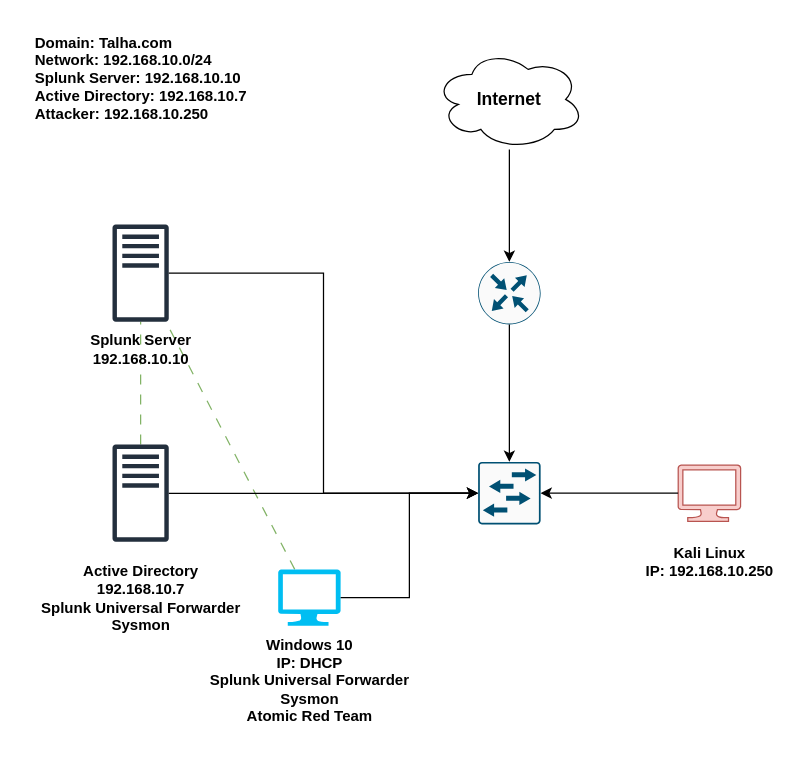
Before: Untitled Diagram.drawio in Talh45/Talh45, a draw.io diagram. Source tidied: cells renumbered, new cells numbered last; positions are measured from the earlier drawing's top-left corner, leaving out a move shared by most shapes. Both pictures are drawn from the tidied source at 125%, with x=0, y=0 at pixel (21, 21).
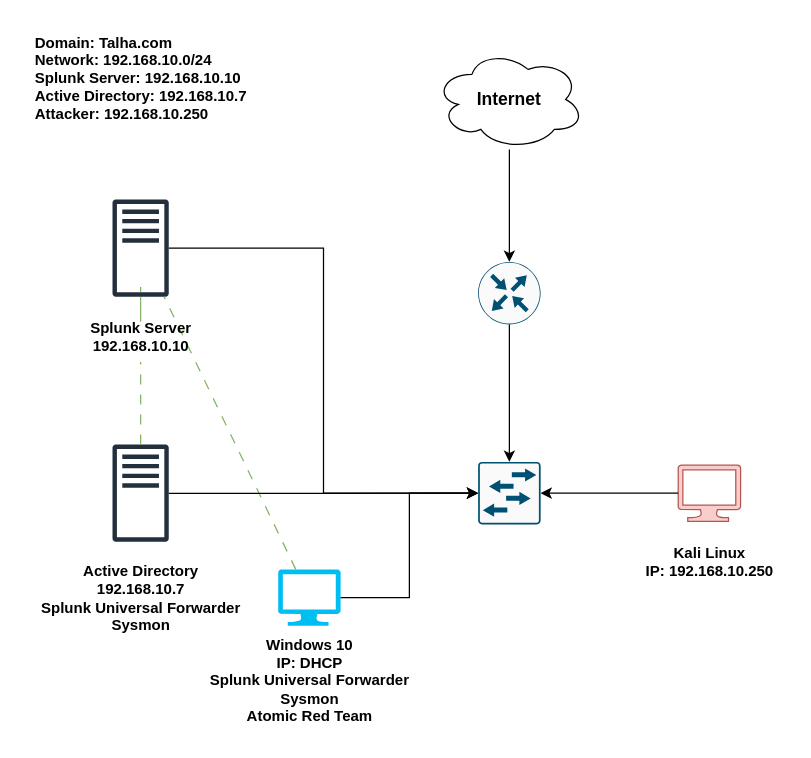
The same page after the edit.

The change refers to these unchanged cells:
```xml
<mxCell id="3" style="sketch=0;outlineConnect=0;fontColor=#232F3E;gradientColor=none;fillColor=#232F3D;strokeColor=none;dashed=0;verticalLabelPosition=bottom;verticalAlign=top;align=center;html=1;fontSize=12;fontStyle=0;shape=mxgraph.aws4.traditional_server;" parent="1" vertex="1">
  <mxGeometry x="72.5" y="338" width="45" height="78" as="geometry" />
</mxCell>
```

Change to the diagram source:
```diff
@@
-    <mxCell id="2" style="edgeStyle=orthogonalEdgeStyle;rounded=0;jettySize=auto;html=1;dashed=1;dashPattern=8 8;fillColor=#d5e8d4;strokeColor=#82b366;endArrow=none;endFill=0;" parent="1" edge="1" source="3" target="4">
+    <mxCell id="2" style="edgeStyle=orthogonalEdgeStyle;rounded=0;jettySize=auto;html=1;dashed=1;dashPattern=8 8;fillColor=#d5e8d4;strokeColor=#82b366;endArrow=none;endFill=0;" parent="1" edge="1" source="18" target="4">
       <mxGeometry relative="1" as="geometry" />
     </mxCell>
@@
     <mxCell id="4" style="sketch=0;outlineConnect=0;fontColor=#232F3E;gradientColor=none;fillColor=#232F3D;strokeColor=none;dashed=0;verticalLabelPosition=bottom;verticalAlign=top;align=center;html=1;fontSize=12;fontStyle=0;shape=mxgraph.aws4.traditional_server;" parent="1" vertex="1">
-      <mxGeometry x="72.5" y="162" width="45" height="78" as="geometry" />
+      <mxGeometry x="72.5" y="142" width="45" height="78" as="geometry" />
     </mxCell>
@@
-    <mxCell id="18" value="&lt;b&gt;Splunk Server&lt;/b&gt;&lt;div&gt;&lt;b&gt;192.168.10.10&lt;/b&gt;&lt;/div&gt;" style="text;html=1;align=center;verticalAlign=middle;points=[];strokeColor=none;fillColor=none;" parent="1" vertex="1">
-      <mxGeometry x="45" y="242" width="100" height="40" as="geometry" />
-    </mxCell>
@@
+    <mxCell id="22" style="edgeStyle=orthogonalEdgeStyle;rounded=0;jettySize=auto;html=1;dashed=1;dashPattern=8 8;fillColor=#d5e8d4;strokeColor=#82b366;endArrow=none;endFill=0;" parent="1" edge="1" source="3" target="18">
+      <mxGeometry relative="1" as="geometry" />
+    </mxCell>
+    <mxCell id="18" value="&lt;b&gt;Splunk Server&lt;/b&gt;&lt;div&gt;&lt;b&gt;192.168.10.10&lt;/b&gt;&lt;/div&gt;" style="text;html=1;align=center;verticalAlign=middle;points=[];strokeColor=none;fillColor=none;" parent="1" vertex="1">
+      <mxGeometry x="45" y="232" width="100" height="40" as="geometry" />
+    </mxCell>
```
